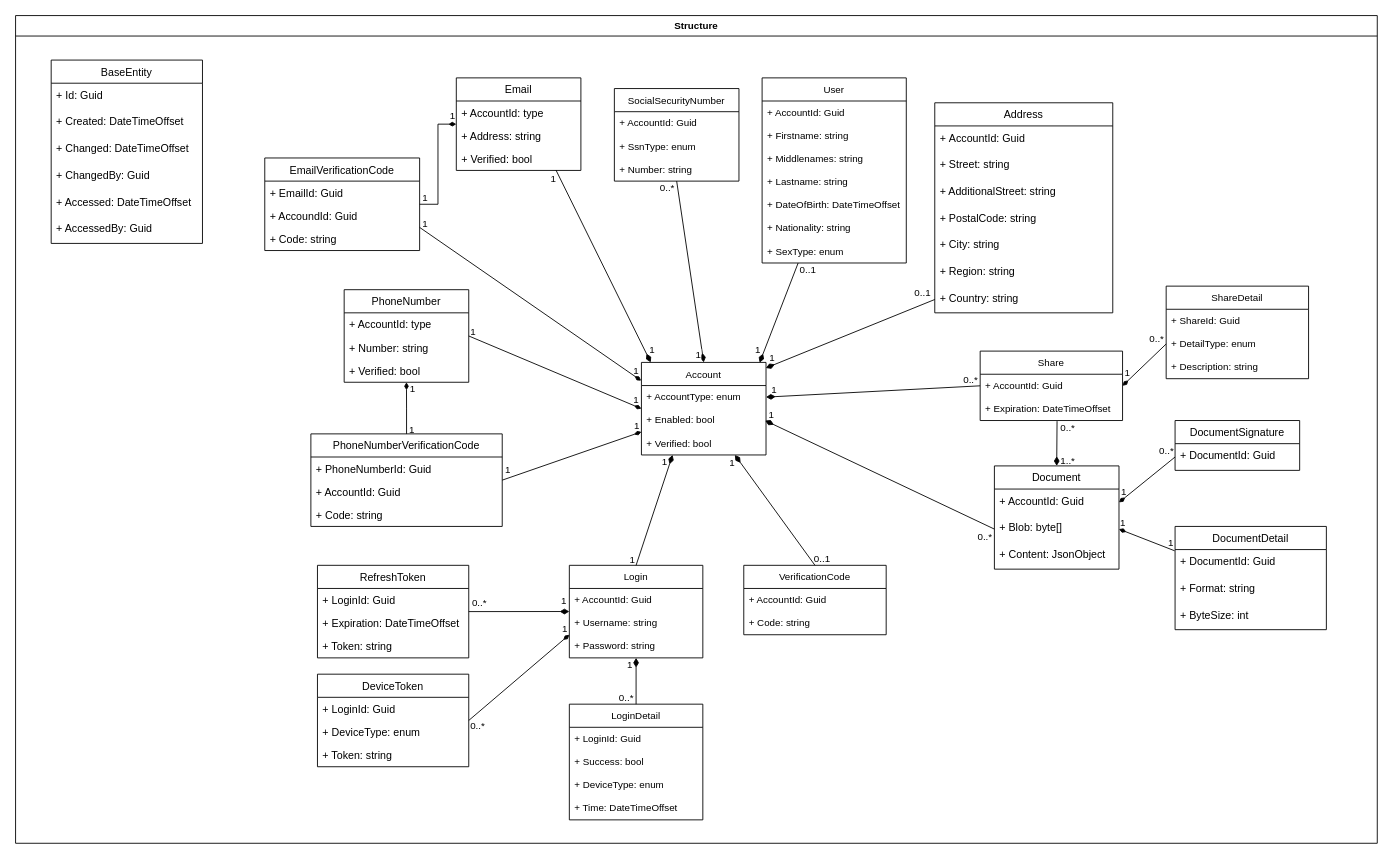
Earlier version of the draw.io diagram page "V3" (3 of 3) of structure.drawio (ToxicK1dd/FileShare). Source tidied: cells renumbered, new cells numbered last; positions are measured from the earlier drawing's top-left corner, leaving out a move shared by most shapes. Both pictures are drawn from the tidied source at 89%, with x=0, y=0 at pixel (15, 15).
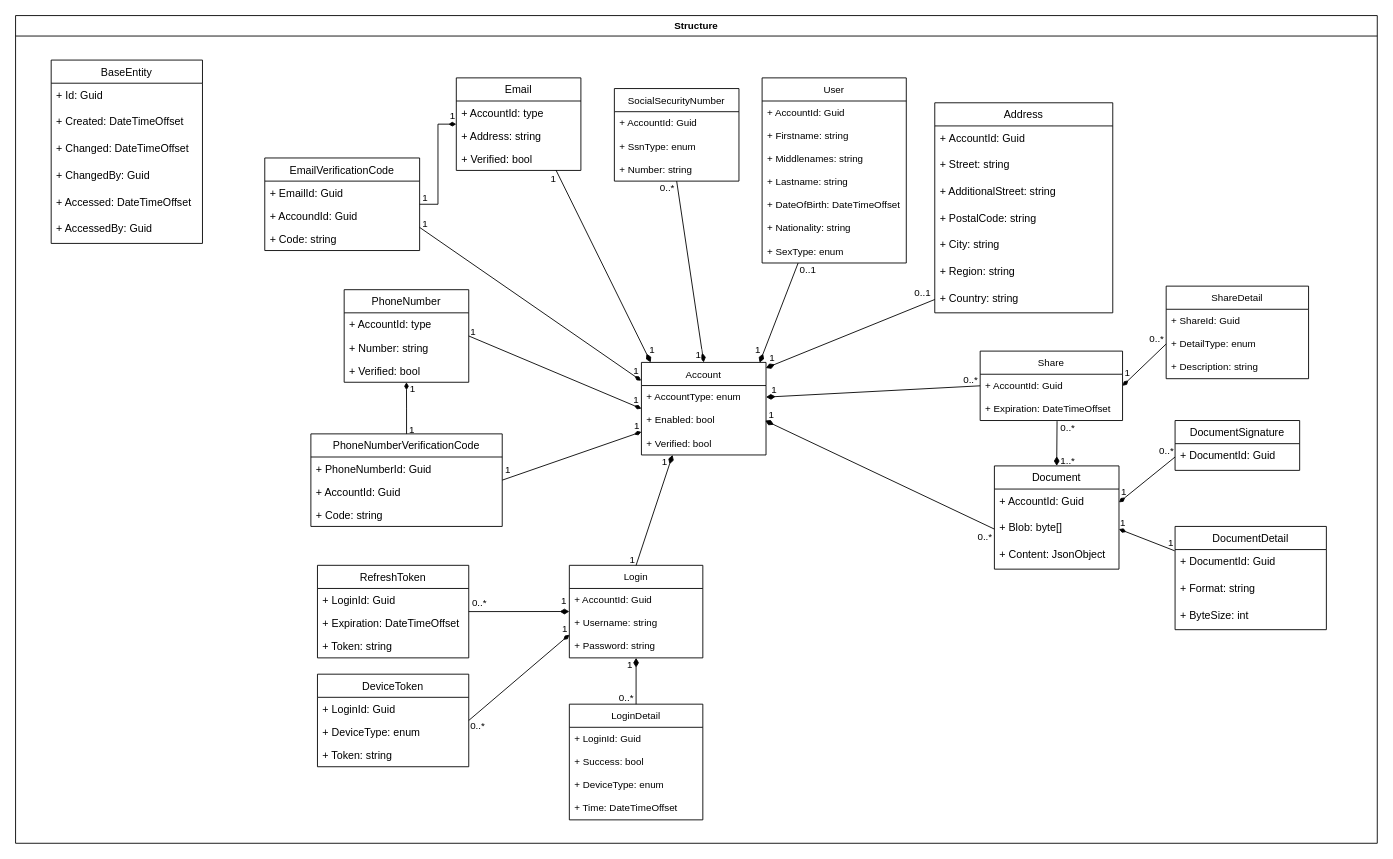
Above is the later version.

The change refers to these unchanged cells:
```xml
<mxCell id="2" value="Structure" style="swimlane;labelBackgroundColor=none;fontSize=11;startSize=23;" parent="1" vertex="1">
  <mxGeometry width="1530" height="930" as="geometry" />
</mxCell>
<mxCell id="27" value="Account" style="swimlane;fontStyle=0;horizontal=1;startSize=26;fillColor=none;labelBackgroundColor=none;fontSize=11;" parent="2" vertex="1">
  <mxGeometry x="703.2" y="389.7" width="140" height="104" as="geometry" />
</mxCell>
```

Diff of the diagram source:
```diff
@@
-    <mxCell id="24" style="rounded=0;jumpSize=8;jettySize=auto;html=1;entryX=0.5;entryY=0;entryDx=0;entryDy=0;fontSize=11;startArrow=diamondThin;startFill=1;endArrow=none;endFill=0;startSize=8;endSize=8;strokeWidth=1;exitX=0.75;exitY=1;exitDx=0;exitDy=0;" parent="2" edge="1" source="27" target="49">
-      <mxGeometry relative="1" as="geometry" />
-    </mxCell>
-    <mxCell id="25" value="0..1" style="edgeLabel;html=1;align=center;verticalAlign=middle;fontSize=11;labelBackgroundColor=none;" parent="24" vertex="1">
-      <mxGeometry x="0.86" y="-2" relative="1" as="geometry">
-        <mxPoint x="16" as="offset" />
-      </mxGeometry>
-    </mxCell>
-    <mxCell id="26" value="1" style="edgeLabel;html=1;align=center;verticalAlign=middle;fontSize=11;labelBackgroundColor=none;" parent="24" vertex="1">
-      <mxGeometry x="-1" y="-1" relative="1" as="geometry">
-        <mxPoint x="-3" y="8" as="offset" />
-      </mxGeometry>
-    </mxCell>
@@
-    <mxCell id="49" value="VerificationCode" style="swimlane;fontStyle=0;horizontal=1;startSize=26;fillColor=none;labelBackgroundColor=none;fontSize=11;" parent="2" vertex="1">
-      <mxGeometry x="818.2" y="617.7" width="160" height="78" as="geometry" />
-    </mxCell>
-    <mxCell id="50" value="+ AccountId: Guid" style="text;strokeColor=none;fillColor=none;align=left;verticalAlign=top;spacingLeft=4;spacingRight=4;overflow=hidden;labelBackgroundColor=none;fontSize=11;" parent="49" vertex="1">
-      <mxGeometry y="26" width="160" height="26" as="geometry" />
-    </mxCell>
-    <mxCell id="51" value="+ Code: string" style="text;strokeColor=none;fillColor=none;align=left;verticalAlign=top;spacingLeft=4;spacingRight=4;overflow=hidden;labelBackgroundColor=none;fontSize=11;" parent="49" vertex="1">
-      <mxGeometry y="52" width="160" height="26" as="geometry" />
-    </mxCell>
```
